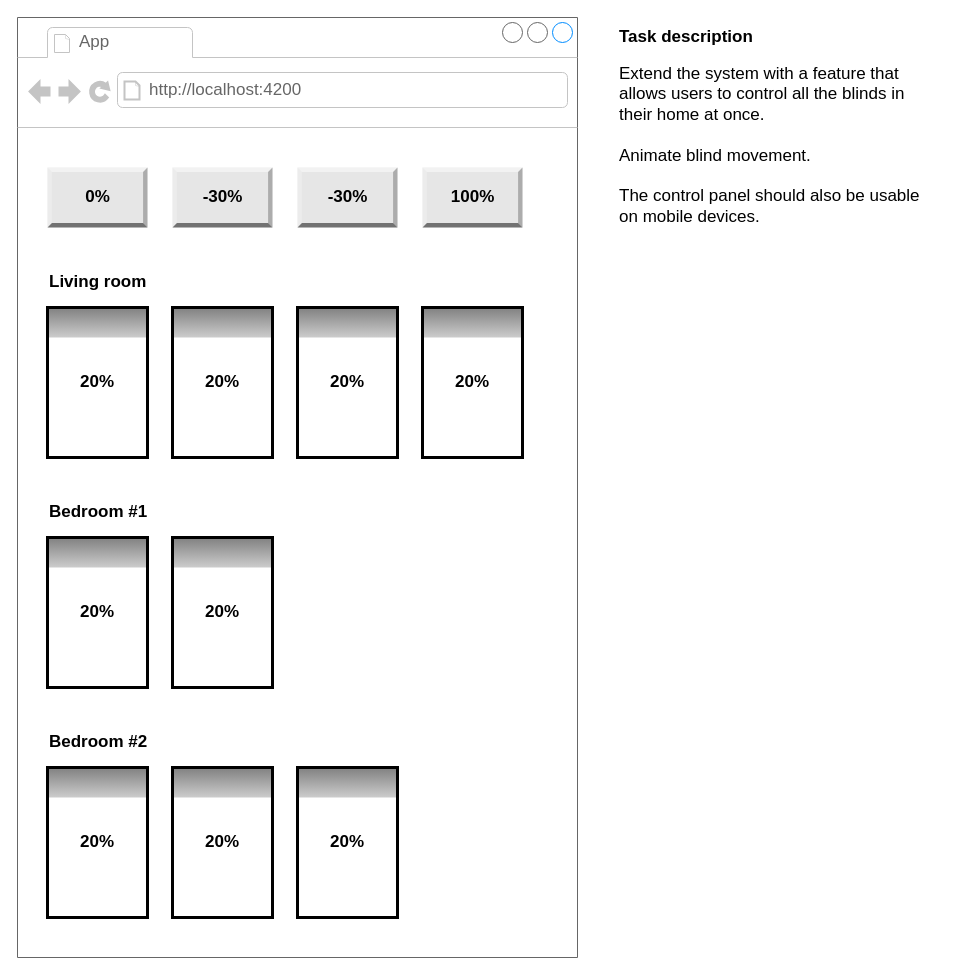
Above: specifications/blinds/step-2.drawio in mrosinski/progress-bar-interview-task (draw.io), before the change. Source tidied: cells renumbered, new cells numbered last; positions are measured from the earlier drawing's top-left corner, leaving out a move shared by most shapes. Both pictures are drawn from the tidied source at 100%, with x=0, y=0 at pixel (17, 17).
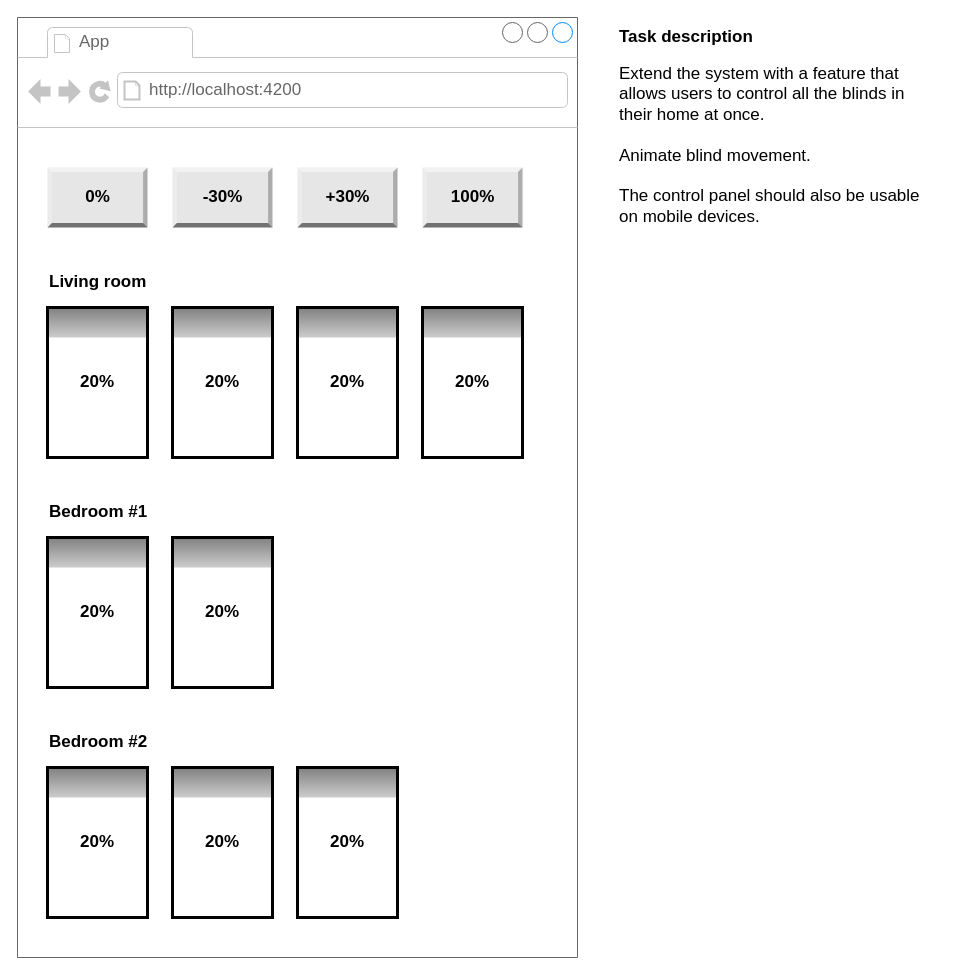
After the change.

Commit message (it also covers changes not shown here):
Fixed a typo in the blinds task specification

The change refers to these unchanged cells:
```xml
<mxCell id="2" style="strokeWidth=1;shadow=0;dashed=0;align=center;html=1;shape=mxgraph.mockup.containers.browserWindow;rSize=0;strokeColor=#666666;strokeColor2=#008cff;strokeColor3=#c4c4c4;mainText=,;" parent="1" vertex="1">
  <mxGeometry width="560" height="940" as="geometry" />
</mxCell>
```

Diff of the diagram source:
```diff
@@
-    <mxCell id="7" value="-30%" style="labelPosition=center;verticalLabelPosition=middle;align=center;html=1;shape=mxgraph.basic.shaded_button;dx=4.41;fillColor=#E6E6E6;strokeColor=none;fontSize=17;fontStyle=1;" parent="2" vertex="1">
+    <mxCell id="7" value="+30%" style="labelPosition=center;verticalLabelPosition=middle;align=center;html=1;shape=mxgraph.basic.shaded_button;dx=4.41;fillColor=#E6E6E6;strokeColor=none;fontSize=17;fontStyle=1;" parent="2" vertex="1">
       <mxGeometry x="280" y="150" width="100" height="60" as="geometry" />
     </mxCell>
```
